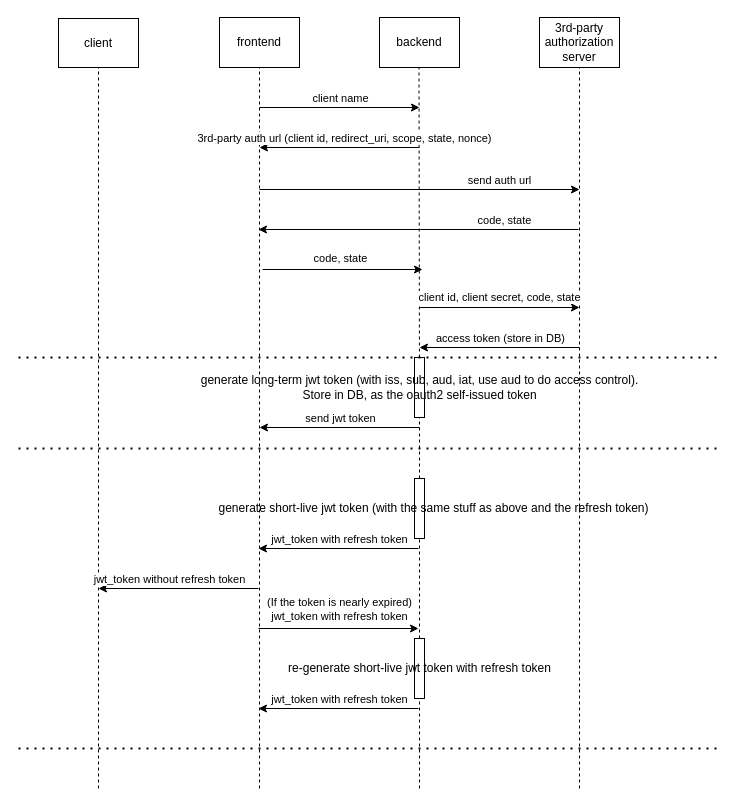
Above: auth_flow.drawio in hfudev/draw-io-graph (draw.io), before the change. Source tidied: cells renumbered, new cells numbered last; positions are measured from the earlier drawing's top-left corner, leaving out a move shared by most shapes. Both pictures are drawn from the tidied source at 100%, with x=0, y=0 at pixel (18, 17).
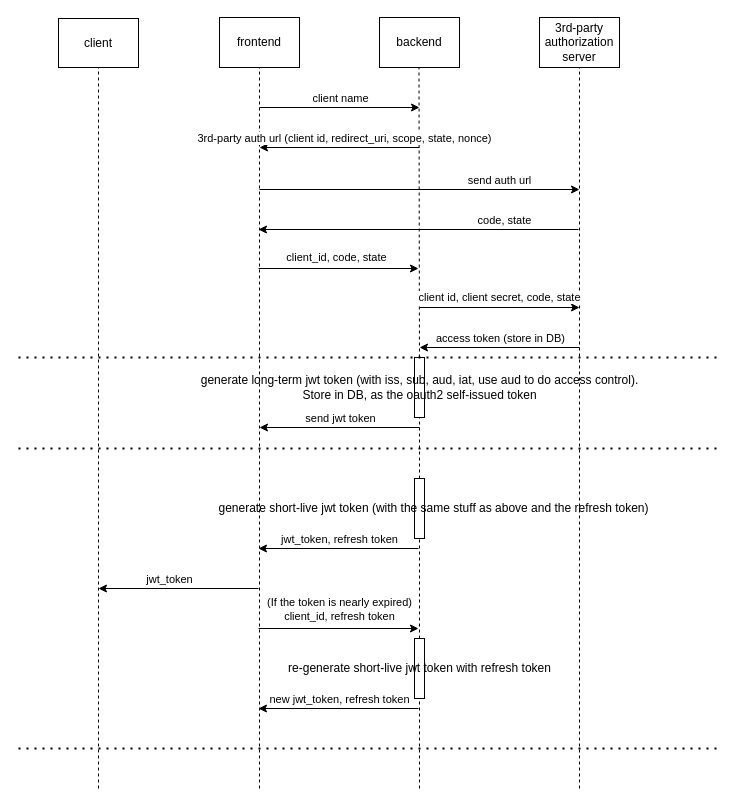
After the change.

The change refers to these unchanged cells:
```xml
<mxCell id="33" style="endArrow=classic;html=1;" parent="1" edge="1">
  <mxGeometry relative="1" as="geometry">
    <mxPoint x="240" y="611" as="sourcePoint" />
    <mxPoint x="400" y="611" as="targetPoint" />
  </mxGeometry>
</mxCell>
<mxCell id="35" style="endArrow=classic;html=1;" parent="1" edge="1">
  <mxGeometry relative="1" as="geometry">
    <mxPoint x="400" y="691" as="sourcePoint" />
    <mxPoint x="240" y="691" as="targetPoint" />
  </mxGeometry>
</mxCell>
<mxCell id="37" style="endArrow=classic;html=1;" parent="1" edge="1">
  <mxGeometry relative="1" as="geometry">
    <mxPoint x="400" y="531" as="sourcePoint" />
    <mxPoint x="240" y="531" as="targetPoint" />
  </mxGeometry>
</mxCell>
<mxCell id="39" style="endArrow=classic;html=1;" parent="1" edge="1">
  <mxGeometry relative="1" as="geometry">
    <mxPoint x="240" y="571" as="sourcePoint" />
    <mxPoint x="80" y="571" as="targetPoint" />
  </mxGeometry>
</mxCell>
```

Change to the diagram source:
```diff
@@
     <mxCell id="24" style="endArrow=classic;html=1;verticalAlign=middle;" parent="1" edge="1">
       <mxGeometry relative="1" as="geometry">
-        <mxPoint x="244" y="252" as="sourcePoint" />
-        <mxPoint x="404" y="252" as="targetPoint" />
+        <mxPoint x="240" y="251" as="sourcePoint" />
+        <mxPoint x="400" y="251" as="targetPoint" />
       </mxGeometry>
     </mxCell>
-    <mxCell id="25" value="code, state" style="edgeLabel;html=1;align=center;verticalAlign=middle;" parent="24" vertex="1">
+    <mxCell id="25" value="client_id, code, state" style="edgeLabel;html=1;align=center;verticalAlign=middle;" parent="24" vertex="1">
       <mxGeometry x="-0.54" y="-2" relative="1" as="geometry">
         <mxPoint x="40" y="-14" as="offset" />
       </mxGeometry>
     </mxCell>
@@
-    <mxCell id="34" value="(If the token is nearly expired)&lt;br&gt;jwt_token with refresh token" style="edgeLabel;html=1;align=center;verticalAlign=middle;" parent="33" vertex="1">
+    <mxCell id="34" value="(If the token is nearly expired)&lt;br&gt;client_id, refresh token" style="edgeLabel;html=1;align=center;verticalAlign=middle;" parent="33" vertex="1">
       <mxGeometry x="0.19" y="-1" relative="1" as="geometry">
         <mxPoint x="-15" y="-21" as="offset" />
       </mxGeometry>
     </mxCell>
@@
-    <mxCell id="36" value="jwt_token with refresh token" style="edgeLabel;html=1;align=center;verticalAlign=middle;" parent="35" vertex="1">
+    <mxCell id="36" value="new jwt_token, refresh token" style="edgeLabel;html=1;align=center;verticalAlign=middle;" parent="35" vertex="1">
       <mxGeometry x="0.15" y="-3" relative="1" as="geometry">
         <mxPoint x="12" y="-7" as="offset" />
       </mxGeometry>
     </mxCell>
@@
-    <mxCell id="38" value="jwt_token with refresh token" style="edgeLabel;html=1;align=center;verticalAlign=middle;" parent="37" vertex="1">
+    <mxCell id="38" value="jwt_token, refresh token" style="edgeLabel;html=1;align=center;verticalAlign=middle;" parent="37" vertex="1">
       <mxGeometry x="0.15" y="-3" relative="1" as="geometry">
         <mxPoint x="12" y="-7" as="offset" />
       </mxGeometry>
     </mxCell>
@@
-    <mxCell id="40" value="jwt_token without refresh token" style="edgeLabel;html=1;align=center;verticalAlign=middle;" parent="39" vertex="1">
+    <mxCell id="40" value="jwt_token" style="edgeLabel;html=1;align=center;verticalAlign=middle;" parent="39" vertex="1">
       <mxGeometry x="0.34" relative="1" as="geometry">
         <mxPoint x="17" y="-10" as="offset" />
       </mxGeometry>
     </mxCell>
```
